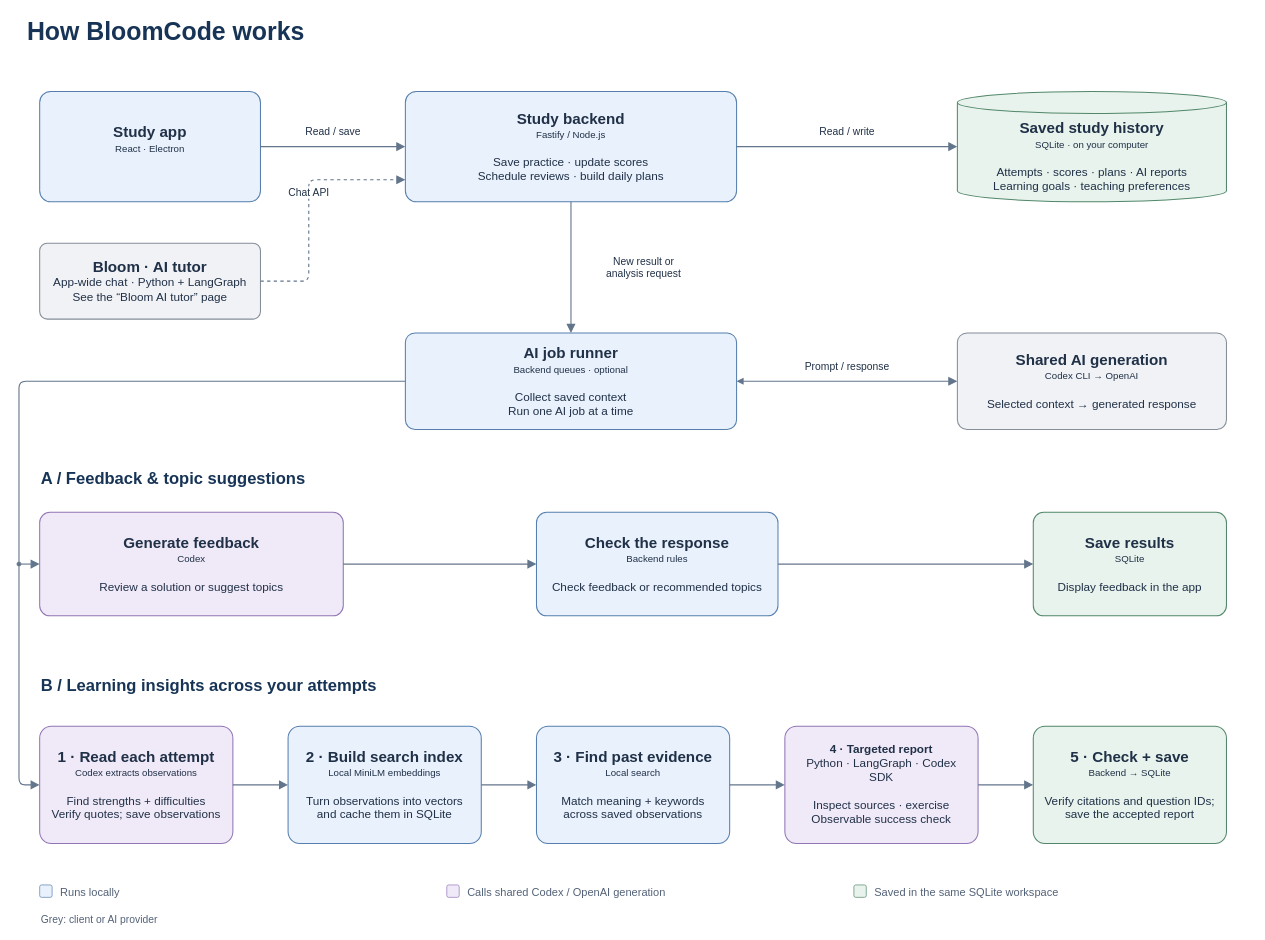
This is page "BloomCode architecture" (1 of 3) of docs/architecture/bloomcode.drawio from pritanb/bloomcode, a draw.io file, before an edit. Source tidied: cells renumbered, new cells numbered last; positions are measured from the earlier drawing's top-left corner, leaving out a move shared by most shapes. Both pictures are drawn from the tidied source at 69%, with x=0, y=0 at pixel (17, 12).
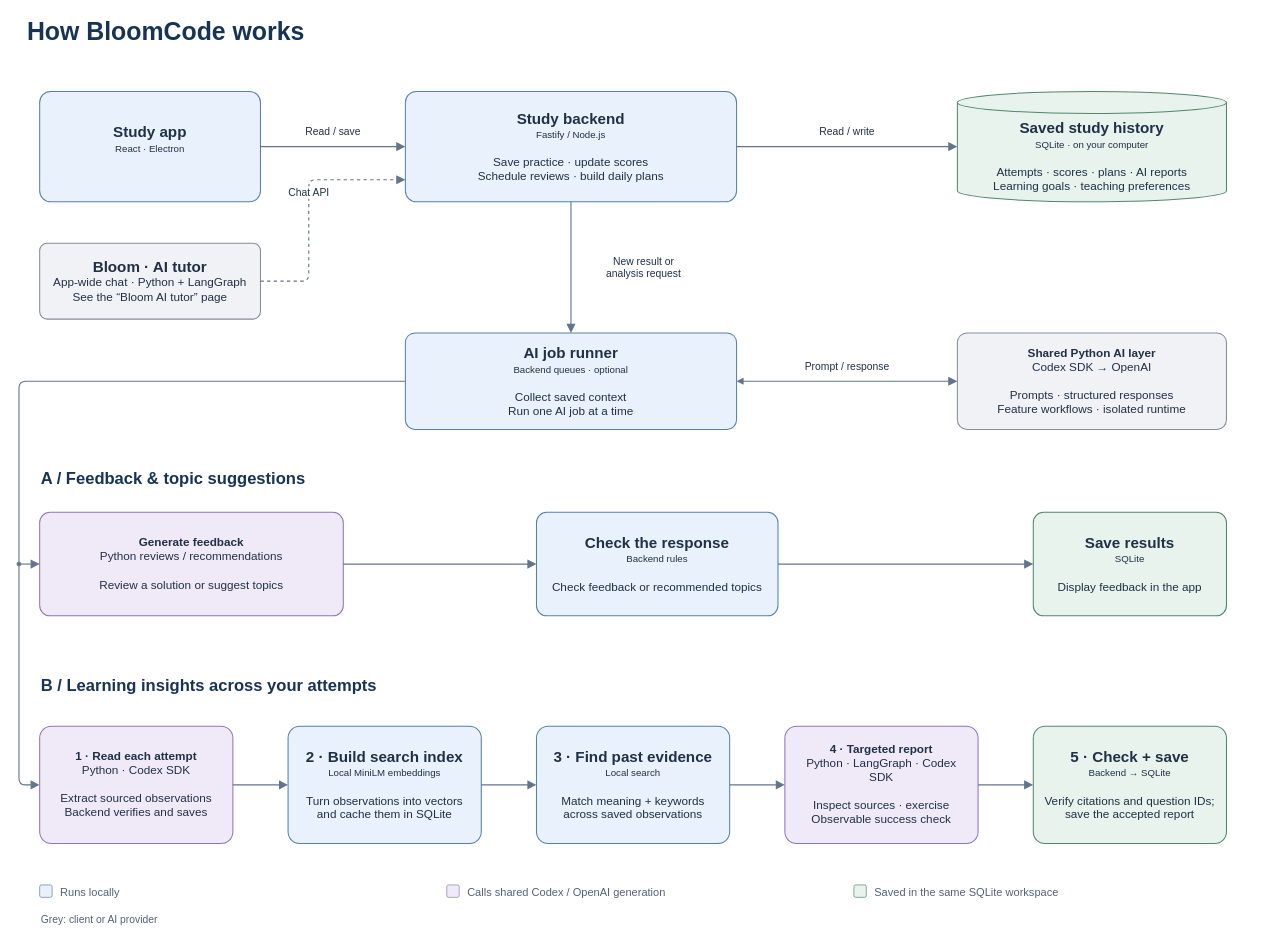
The same page after the edit.

Commit message (it also covers changes not shown here):
docs(ai): document Python ownership of all LLM features

Diff of the diagram source:
```diff
@@
-    <mxCell id="11" value="&lt;b&gt;&lt;font style=&quot;font-size:22px&quot;&gt;Shared AI generation&lt;/font&gt;&lt;/b&gt;&lt;br&gt;&lt;font style=&quot;font-size:14px&quot;&gt;Codex CLI → OpenAI&lt;/font&gt;&lt;br&gt;&lt;br&gt;Selected context → generated response" style="html=1;whiteSpace=wrap;fontFamily=Helvetica;fontSize=17;fontColor=#203047;rounded=1;arcSize=10;fillColor=#f0f2f5;strokeColor=#858d99;strokeWidth=1.5;align=center;verticalAlign=middle;spacing=14;" parent="1" vertex="1">
+    <mxCell id="11" value="&lt;b&gt;Shared Python AI layer&lt;/b&gt;&lt;br&gt;Codex SDK → OpenAI&lt;br&gt;&lt;br&gt;Prompts · structured responses&lt;br&gt;Feature workflows · isolated runtime" style="html=1;whiteSpace=wrap;fontFamily=Helvetica;fontSize=17;fontColor=#203047;rounded=1;arcSize=10;fillColor=#f0f2f5;strokeColor=#858d99;strokeWidth=1.5;align=center;verticalAlign=middle;spacing=14;" parent="1" vertex="1">
       <mxGeometry x="1363" y="465" width="390" height="140" as="geometry" />
     </mxCell>
@@
-    <mxCell id="17" value="&lt;b&gt;&lt;font style=&quot;font-size:22px&quot;&gt;Generate feedback&lt;/font&gt;&lt;/b&gt;&lt;br&gt;&lt;font style=&quot;font-size:14px&quot;&gt;Codex&lt;/font&gt;&lt;br&gt;&lt;br&gt;Review a solution or suggest topics" style="html=1;whiteSpace=wrap;fontFamily=Helvetica;fontSize=17;fontColor=#203047;rounded=1;arcSize=10;fillColor=#f0eaf8;strokeColor=#9175b4;strokeWidth=1.5;align=center;verticalAlign=middle;spacing=14;" parent="1" vertex="1">
+    <mxCell id="17" value="&lt;b&gt;Generate feedback&lt;/b&gt;&lt;br&gt;Python reviews / recommendations&lt;br&gt;&lt;br&gt;Review a solution or suggest topics" style="html=1;whiteSpace=wrap;fontFamily=Helvetica;fontSize=17;fontColor=#203047;rounded=1;arcSize=10;fillColor=#f0eaf8;strokeColor=#9175b4;strokeWidth=1.5;align=center;verticalAlign=middle;spacing=14;" parent="1" vertex="1">
       <mxGeometry x="33" y="725" width="440" height="150" as="geometry" />
     </mxCell>
@@
-    <mxCell id="24" value="&lt;b&gt;&lt;font style=&quot;font-size:22px&quot;&gt;1 · Read each attempt&lt;/font&gt;&lt;/b&gt;&lt;br&gt;&lt;font style=&quot;font-size:14px&quot;&gt;Codex extracts observations&lt;/font&gt;&lt;br&gt;&lt;br&gt;Find strengths + difficulties&lt;br&gt;Verify quotes; save observations" style="html=1;whiteSpace=wrap;fontFamily=Helvetica;fontSize=17;fontColor=#203047;rounded=1;arcSize=10;fillColor=#f0eaf8;strokeColor=#9175b4;strokeWidth=1.5;align=center;verticalAlign=middle;spacing=14;" parent="1" vertex="1">
+    <mxCell id="24" value="&lt;b&gt;1 · Read each attempt&lt;/b&gt;&lt;br&gt;Python · Codex SDK&lt;br&gt;&lt;br&gt;Extract sourced observations&lt;br&gt;Backend verifies and saves" style="html=1;whiteSpace=wrap;fontFamily=Helvetica;fontSize=17;fontColor=#203047;rounded=1;arcSize=10;fillColor=#f0eaf8;strokeColor=#9175b4;strokeWidth=1.5;align=center;verticalAlign=middle;spacing=14;" parent="1" vertex="1">
       <mxGeometry x="33" y="1035" width="280" height="170" as="geometry" />
     </mxCell>
```
